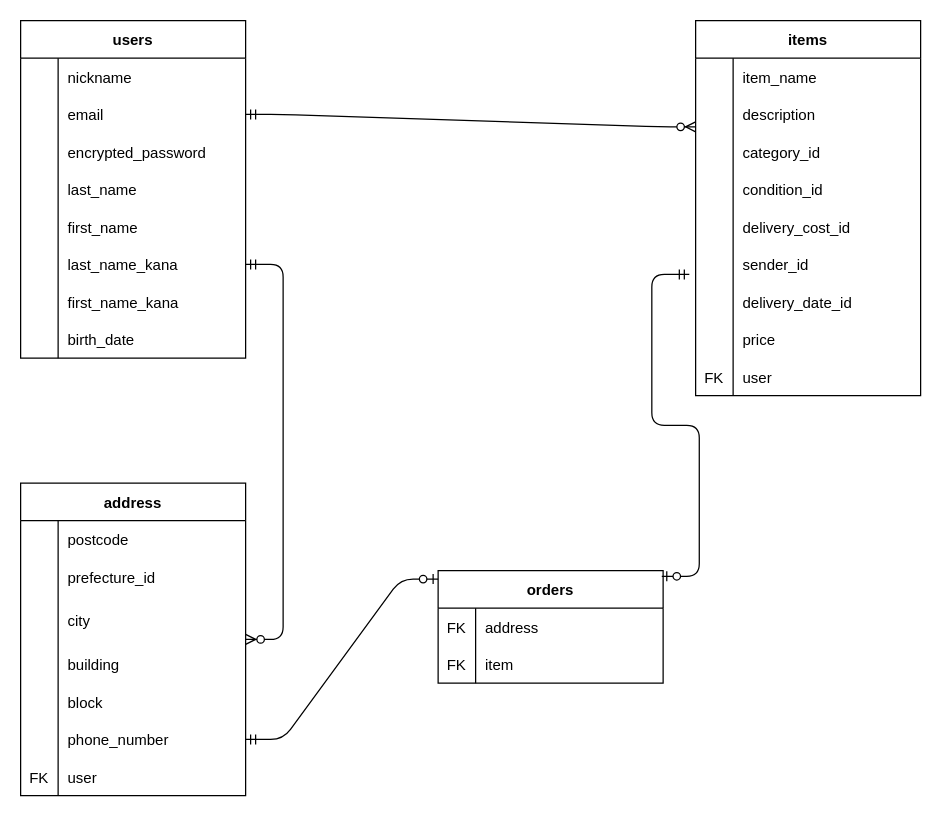
Before: furimaER.dio in aoilo654/furima-39641, a draw.io diagram. Source tidied: cells renumbered, new cells numbered last; positions are measured from the earlier drawing's top-left corner, leaving out a move shared by most shapes. Both pictures are drawn from the tidied source at 125%, with x=0, y=0 at pixel (20, 20).
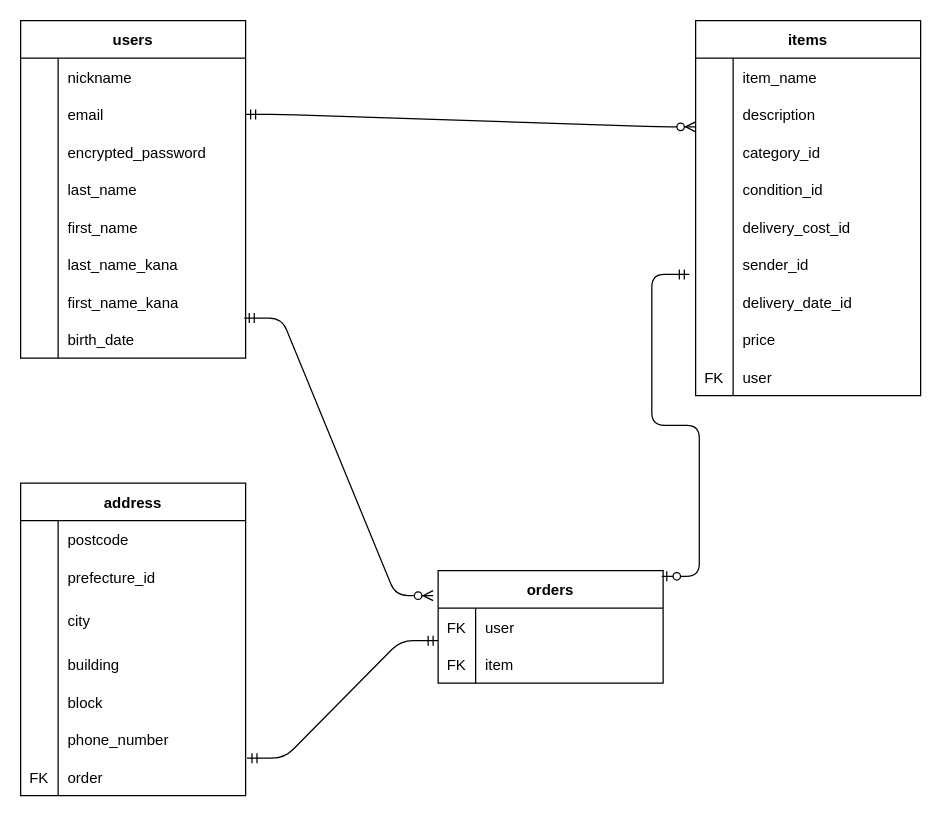
The same diagram, later.

Commit message (it also covers changes not shown here):
データベース設計修正２

The change refers to these unchanged cells:
```xml
<mxCell id="18" style="shape=tableRow;horizontal=0;startSize=0;swimlaneHead=0;swimlaneBody=0;fillColor=none;points=[[0,0.5],[1,0.5]];portConstraint=eastwest;top=0;left=0;right=0;bottom=0;" parent="2" vertex="1">
  <mxGeometry y="180" width="180" height="30" as="geometry" />
</mxCell>
<mxCell id="24" style="shape=tableRow;horizontal=0;startSize=0;swimlaneHead=0;swimlaneBody=0;fillColor=none;points=[[0,0.5],[1,0.5]];portConstraint=eastwest;top=0;left=0;right=0;bottom=0;" parent="2" vertex="1">
  <mxGeometry y="240" width="180" height="30" as="geometry" />
</mxCell>
<mxCell id="55" value="orders" style="shape=table;startSize=30;childLayout=tableLayout;rowLines=0;fontStyle=1;align=center;" parent="1" vertex="1">
  <mxGeometry x="334" y="440" width="180" height="90" as="geometry" />
</mxCell>
<mxCell id="56" style="shape=tableRow;horizontal=0;startSize=0;swimlaneHead=0;swimlaneBody=0;fillColor=none;points=[[0,0.5],[1,0.5]];portConstraint=eastwest;top=0;left=0;right=0;bottom=0;" parent="55" vertex="1">
  <mxGeometry y="30" width="180" height="30" as="geometry" />
</mxCell>
<mxCell id="65" value="address" style="shape=table;startSize=30;childLayout=tableLayout;rowLines=0;fontStyle=1;align=center;" parent="1" vertex="1">
  <mxGeometry y="370" width="180" height="250" as="geometry" />
</mxCell>
<mxCell id="81" style="shape=tableRow;horizontal=0;startSize=0;swimlaneHead=0;swimlaneBody=0;fillColor=none;points=[[0,0.5],[1,0.5]];portConstraint=eastwest;top=0;left=0;right=0;bottom=0;" parent="65" vertex="1">
  <mxGeometry y="190" width="180" height="30" as="geometry" />
</mxCell>
<mxCell id="84" style="shape=tableRow;horizontal=0;startSize=0;swimlaneHead=0;swimlaneBody=0;fillColor=none;points=[[0,0.5],[1,0.5]];portConstraint=eastwest;top=0;left=0;right=0;bottom=0;" parent="65" vertex="1">
  <mxGeometry y="220" width="180" height="30" as="geometry" />
</mxCell>
```

The edit, as a diff of the source:
```diff
@@
-    <mxCell id="58" value="address" style="shape=partialRectangle;fillColor=none;top=0;left=0;bottom=0;right=0;align=left;spacingLeft=6;fontStyle=0;overflow=hidden;" parent="56" vertex="1">
+    <mxCell id="58" value="user" style="shape=partialRectangle;fillColor=none;top=0;left=0;bottom=0;right=0;align=left;spacingLeft=6;fontStyle=0;overflow=hidden;" parent="56" vertex="1">
       <mxGeometry x="30" width="150" height="30" as="geometry" />
     </mxCell>
@@
-    <mxCell id="63" style="edgeStyle=entityRelationEdgeStyle;fontSize=12;html=1;endArrow=ERzeroToOne;startArrow=ERmandOne;entryX=0;entryY=0.075;entryDx=0;entryDy=0;entryPerimeter=0;exitX=1;exitY=0.5;exitDx=0;exitDy=0;" parent="1" edge="1" source="81" target="55">
-      <mxGeometry relative="1" as="geometry" />
-    </mxCell>
@@
-    <mxCell id="86" value="user" style="shape=partialRectangle;fillColor=none;top=0;left=0;bottom=0;right=0;align=left;spacingLeft=6;fontStyle=0;overflow=hidden;" parent="84" vertex="1">
+    <mxCell id="86" value="order" style="shape=partialRectangle;fillColor=none;top=0;left=0;bottom=0;right=0;align=left;spacingLeft=6;fontStyle=0;overflow=hidden;" parent="84" vertex="1">
       <mxGeometry x="30" width="150" height="30" as="geometry" />
     </mxCell>
-    <mxCell id="87" style="edgeStyle=entityRelationEdgeStyle;fontSize=12;html=1;endArrow=ERzeroToMany;startArrow=ERmandOne;exitX=1;exitY=0.5;exitDx=0;exitDy=0;" parent="1" edge="1" source="18" target="65">
-      <mxGeometry relative="1" as="geometry" />
-    </mxCell>
+    <mxCell id="88" style="edgeStyle=entityRelationEdgeStyle;fontSize=12;html=1;endArrow=ERzeroToMany;startArrow=ERmandOne;exitX=0.994;exitY=-0.067;exitDx=0;exitDy=0;exitPerimeter=0;" parent="1" edge="1" source="24">
+      <mxGeometry relative="1" as="geometry">
+        <mxPoint x="330" y="460" as="targetPoint" />
+      </mxGeometry>
+    </mxCell>
+    <mxCell id="89" style="edgeStyle=entityRelationEdgeStyle;fontSize=12;html=1;endArrow=ERmandOne;startArrow=ERmandOne;exitX=1.006;exitY=0;exitDx=0;exitDy=0;exitPerimeter=0;entryX=0;entryY=0.867;entryDx=0;entryDy=0;entryPerimeter=0;" parent="1" edge="1" source="84" target="56">
+      <mxGeometry relative="1" as="geometry" />
+    </mxCell>
```
